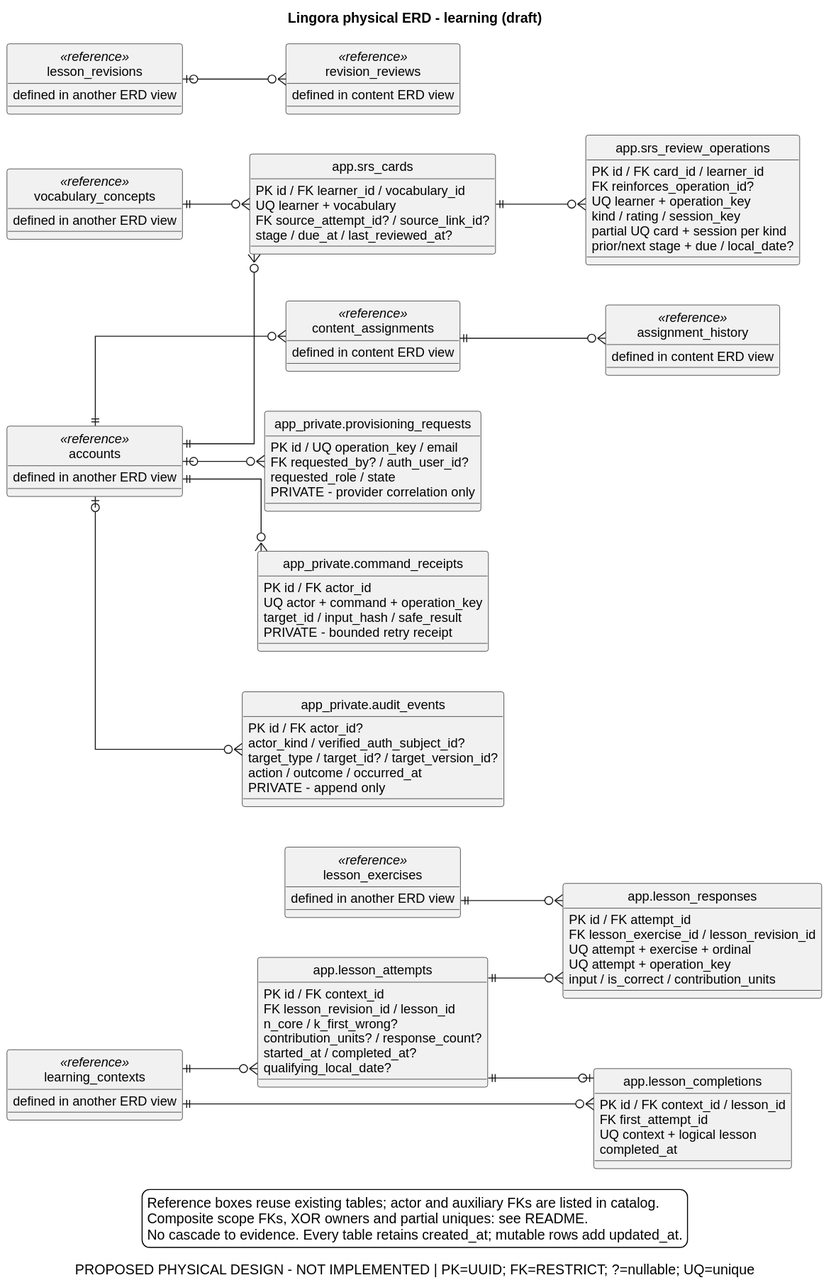
Above: docs/design/physical/physical-erd-learning.svg in PhamNguyenThanhTung/lingora-workspace (PlantUML), before the change.
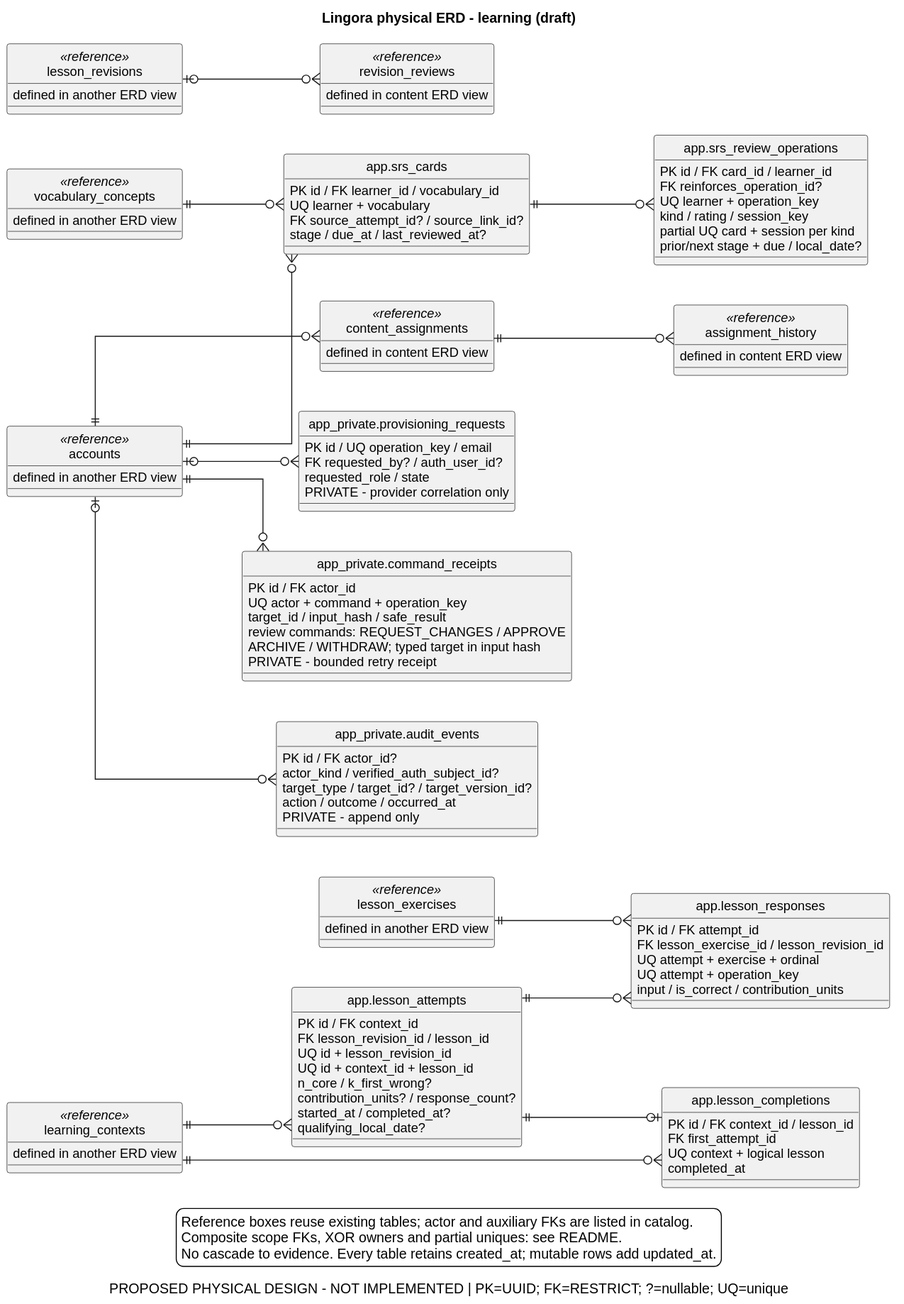
Above is the later version.

Diff of the diagram source:
```diff
@@ -14,6 +14,8 @@
 entity "app.lesson_attempts" as lesson_attempts {
   PK id / FK context_id
   FK lesson_revision_id / lesson_id
+  UQ id + lesson_revision_id
+  UQ id + context_id + lesson_id
   n_core / k_first_wrong?
   contribution_units? / response_count?
   started_at / completed_at?
@@ -65,6 +67,8 @@
   PK id / FK actor_id
   UQ actor + command + operation_key
   target_id / input_hash / safe_result
+  review commands: REQUEST_CHANGES / APPROVE
+  ARCHIVE / WITHDRAW; typed target in input hash
   PRIVATE - bounded retry receipt
 }
 entity "app_private.audit_events" as audit_events {
```
